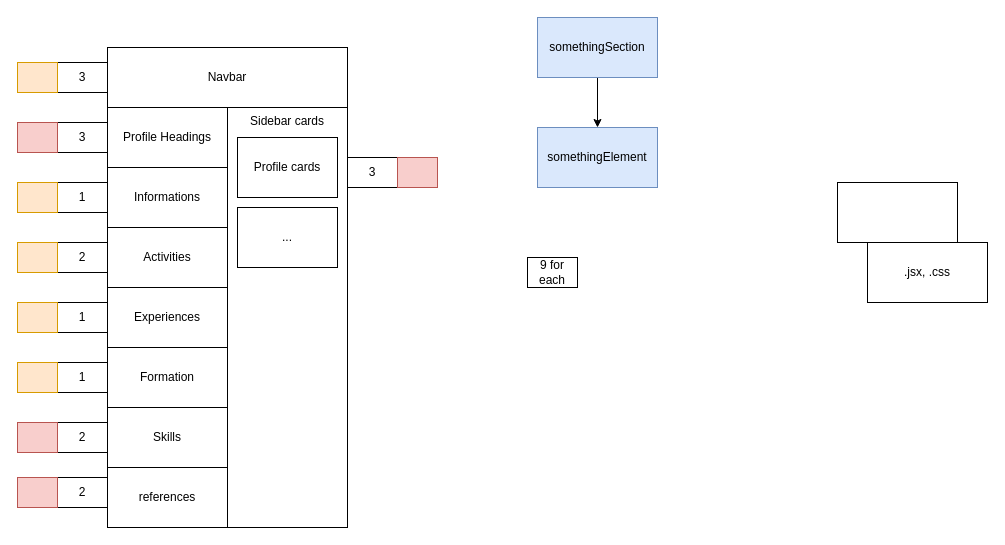
The draw.io diagram Strikedin-Mockup.drawio in MaksymSharinDev/strive-apr21-BW2, before the edit. Source tidied: cells renumbered, new cells numbered last; positions are measured from the earlier drawing's top-left corner, leaving out a move shared by most shapes. Both pictures are drawn from the tidied source at 100%, with x=0, y=0 at pixel (17, 17).
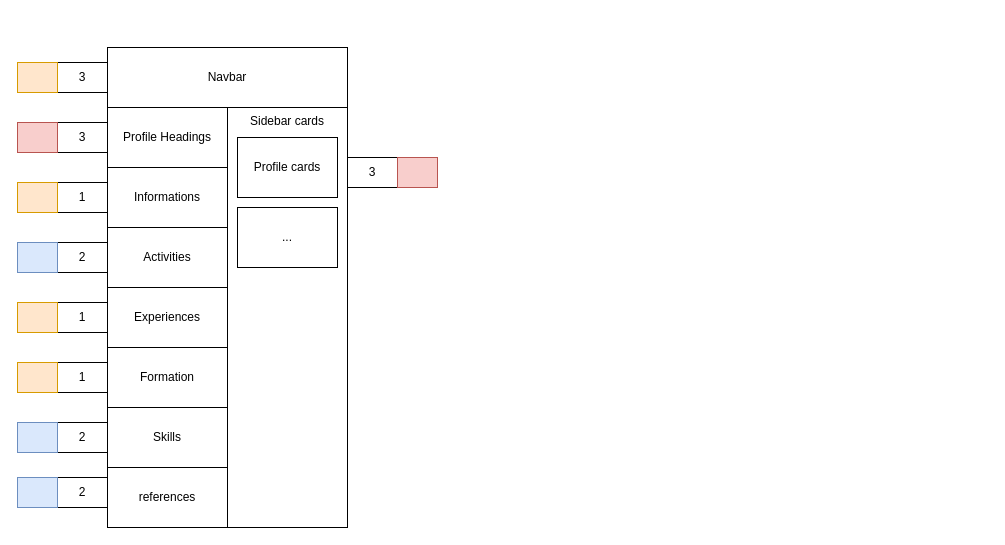
After the change.

The edit, as a diff of the source:
```diff
@@
-    <mxCell id="13" style="edgeStyle=orthogonalEdgeStyle;rounded=0;jettySize=auto;html=1;exitX=0.5;exitY=1;exitDx=0;exitDy=0;" parent="1" edge="1" source="14" target="15">
-      <mxGeometry relative="1" as="geometry" />
-    </mxCell>
-    <mxCell id="14" value="somethingSection" style="rounded=0;whiteSpace=wrap;html=1;fillColor=#dae8fc;strokeColor=#6c8ebf;" parent="1" vertex="1">
-      <mxGeometry x="520" width="120" height="60" as="geometry" />
-    </mxCell>
-    <mxCell id="15" value="somethingElement" style="rounded=0;whiteSpace=wrap;html=1;fillColor=#dae8fc;strokeColor=#6c8ebf;" parent="1" vertex="1">
-      <mxGeometry x="520" y="110" width="120" height="60" as="geometry" />
-    </mxCell>
@@
-    <mxCell id="25" value="9 for each" style="rounded=0;whiteSpace=wrap;html=1;" parent="1" vertex="1">
-      <mxGeometry x="510" y="240" width="50" height="30" as="geometry" />
-    </mxCell>
@@
-    <mxCell id="30" style="rounded=0;whiteSpace=wrap;html=1;fillColor=#ffe6cc;strokeColor=#d79b00;" parent="1" vertex="1">
+    <mxCell id="30" style="rounded=0;whiteSpace=wrap;html=1;fillColor=#dae8fc;strokeColor=#6c8ebf;" parent="1" vertex="1">
       <mxGeometry y="225" width="40" height="30" as="geometry" />
     </mxCell>
@@
-    <mxCell id="33" style="rounded=0;whiteSpace=wrap;html=1;fillColor=#f8cecc;strokeColor=#b85450;" parent="1" vertex="1">
+    <mxCell id="33" style="rounded=0;whiteSpace=wrap;html=1;fillColor=#dae8fc;strokeColor=#6c8ebf;" parent="1" vertex="1">
       <mxGeometry y="405" width="40" height="30" as="geometry" />
     </mxCell>
-    <mxCell id="34" style="rounded=0;whiteSpace=wrap;html=1;fillColor=#f8cecc;strokeColor=#b85450;" parent="1" vertex="1">
+    <mxCell id="34" style="rounded=0;whiteSpace=wrap;html=1;fillColor=#dae8fc;strokeColor=#6c8ebf;" parent="1" vertex="1">
       <mxGeometry y="460" width="40" height="30" as="geometry" />
     </mxCell>
-    <mxCell id="35" value=".jsx, .css" style="rounded=0;whiteSpace=wrap;html=1;" parent="1" vertex="1">
-      <mxGeometry x="850" y="225" width="120" height="60" as="geometry" />
-    </mxCell>
-    <mxCell id="36" style="rounded=0;whiteSpace=wrap;html=1;" parent="1" vertex="1">
-      <mxGeometry x="820" y="165" width="120" height="60" as="geometry" />
-    </mxCell>
```
